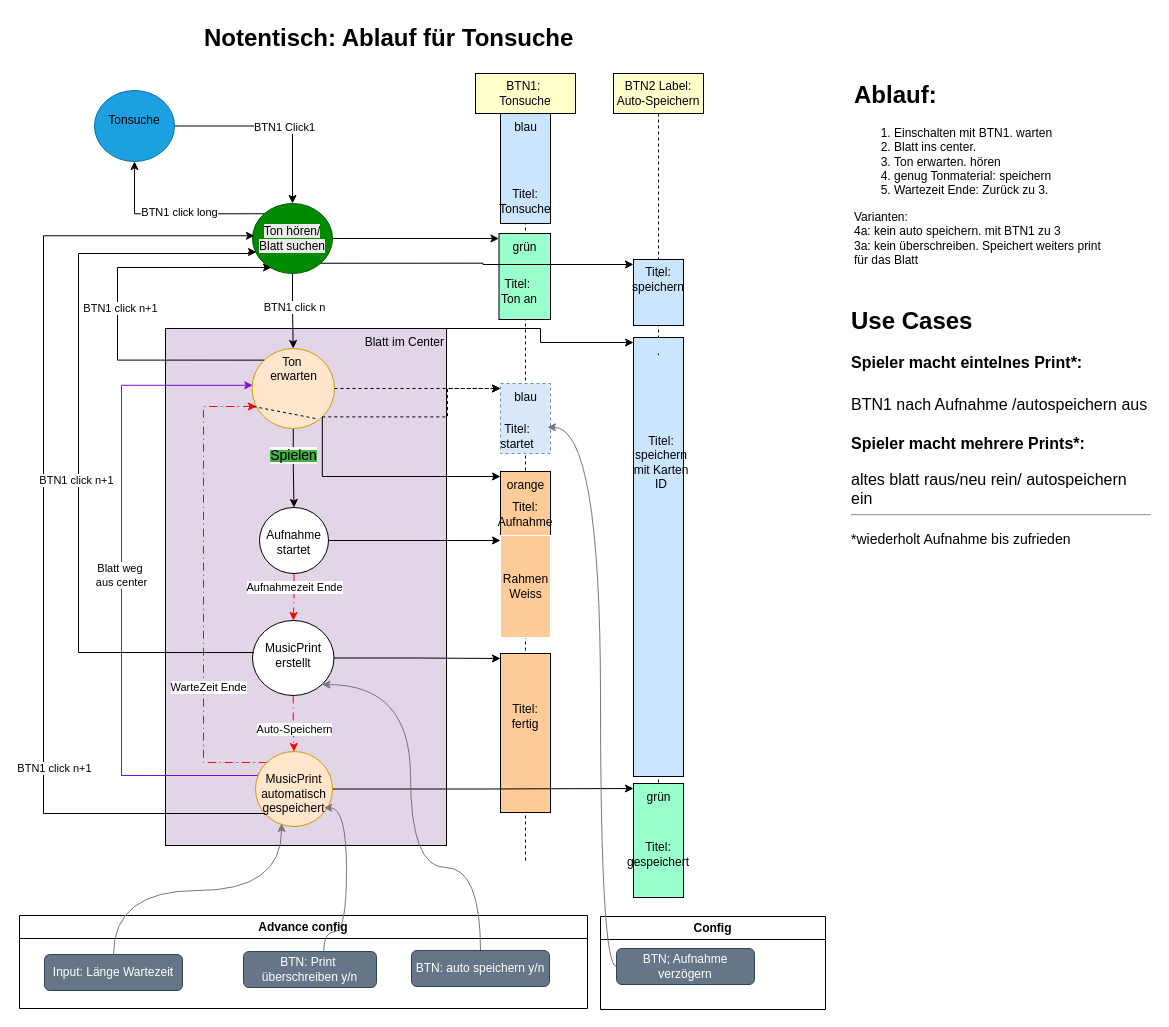
Above: Dokumentation/Ablauf Tonsuche.drawio in bkarlpeter/Notentisch (draw.io), before the change. Source tidied: cells renumbered, new cells numbered last; positions are measured from the earlier drawing's top-left corner, leaving out a move shared by most shapes. Both pictures are drawn from the tidied source at 100%, with x=0, y=0 at pixel (19, 17).
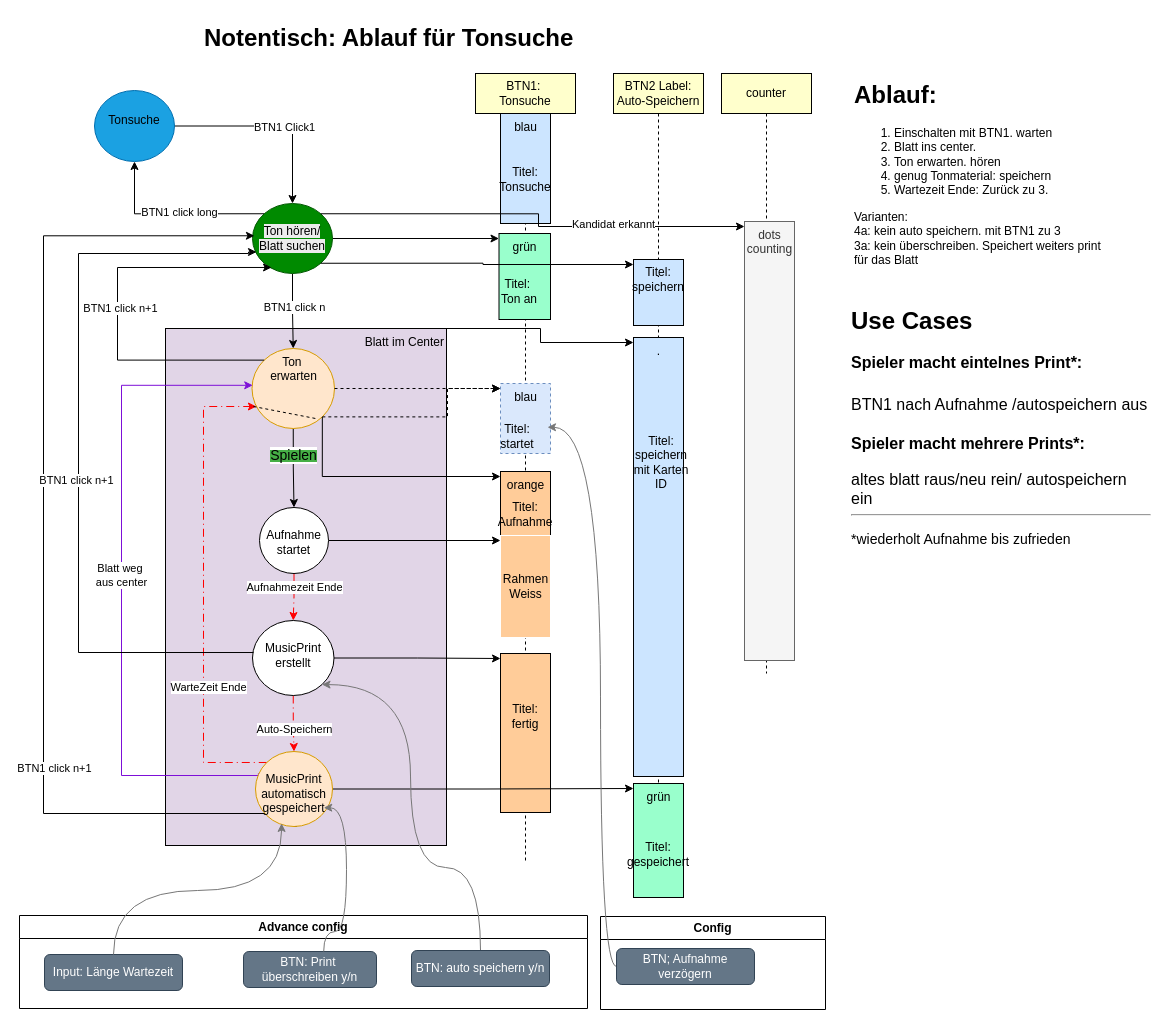
The same diagram, later.

Unchanged cells that the change refers to:
```xml
<mxCell id="31" value="&lt;p&gt;&lt;span style=&quot;text-wrap-mode: nowrap; float: none; display: inline !important; color: rgb(0, 0, 0); background-color: rgb(236, 236, 236);&quot;&gt;Ton hören/&lt;br&gt;&lt;/span&gt;&lt;span style=&quot;text-wrap-mode: nowrap; float: none; display: inline !important; color: rgb(0, 0, 0); background-color: rgb(236, 236, 236);&quot;&gt;Blatt suchen&lt;/span&gt;&lt;/p&gt;" style="ellipse;whiteSpace=wrap;html=1;fillColor=#008a00;fontColor=#ffffff;strokeColor=#005700;" parent="1" vertex="1">
  <mxGeometry x="233" y="186" width="80" height="70" as="geometry" />
</mxCell>
```

Diff of the diagram source:
```diff
@@
     <mxCell id="49" value="Titel: Tonsuche" style="text;html=1;align=center;verticalAlign=middle;whiteSpace=wrap;rounded=0;" parent="1" vertex="1">
-      <mxGeometry x="476" y="169" width="60" height="30" as="geometry" />
+      <mxGeometry x="476" y="125" width="60" height="74" as="geometry" />
     </mxCell>
@@
+    <mxCell id="73" value="counter" style="shape=umlLifeline;perimeter=lifelinePerimeter;whiteSpace=wrap;html=1;newEdgeStyle={&quot;curved&quot;:0,&quot;rounded&quot;:0};fillColor=#FFFFCC;" parent="1" vertex="1">
+      <mxGeometry x="702" y="56" width="90" height="600" as="geometry" />
+    </mxCell>
+    <mxCell id="74" value="dots&lt;div&gt;counting&lt;/div&gt;" style="html=1;points=[[0,0,0,0,5],[0,1,0,0,-5],[1,0,0,0,5],[1,1,0,0,-5]];perimeter=orthogonalPerimeter;outlineConnect=0;targetShapes=umlLifeline;portConstraint=eastwest;newEdgeStyle={&quot;curved&quot;:0,&quot;rounded&quot;:0};fillColor=#f5f5f5;verticalAlign=top;fontColor=#333333;strokeColor=#666666;" parent="73" vertex="1">
+      <mxGeometry x="23" y="148" width="50" height="439" as="geometry" />
+    </mxCell>
+    <mxCell id="75" value="Kandidat erkannt" style="edgeStyle=orthogonalEdgeStyle;rounded=0;jettySize=auto;html=1;exitX=1;exitY=0;exitDx=0;exitDy=0;entryX=0;entryY=0;entryDx=0;entryDy=5;entryPerimeter=0;" parent="1" edge="1" source="31" target="74">
+      <mxGeometry x="0.4" y="2" relative="1" as="geometry" />
+    </mxCell>
```
